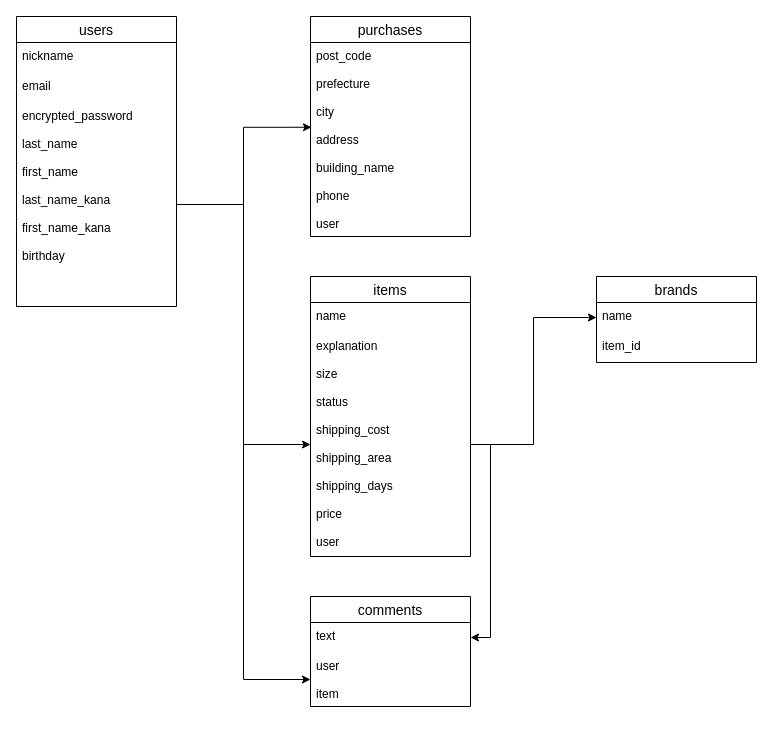
The draw.io diagram ER.dio in takuyahori/furima-35655, before the edit. Source tidied: cells renumbered, new cells numbered last; positions are measured from the earlier drawing's top-left corner, leaving out a move shared by most shapes. Both pictures are drawn from the tidied source at 100%, with x=0, y=0 at pixel (16, 16).
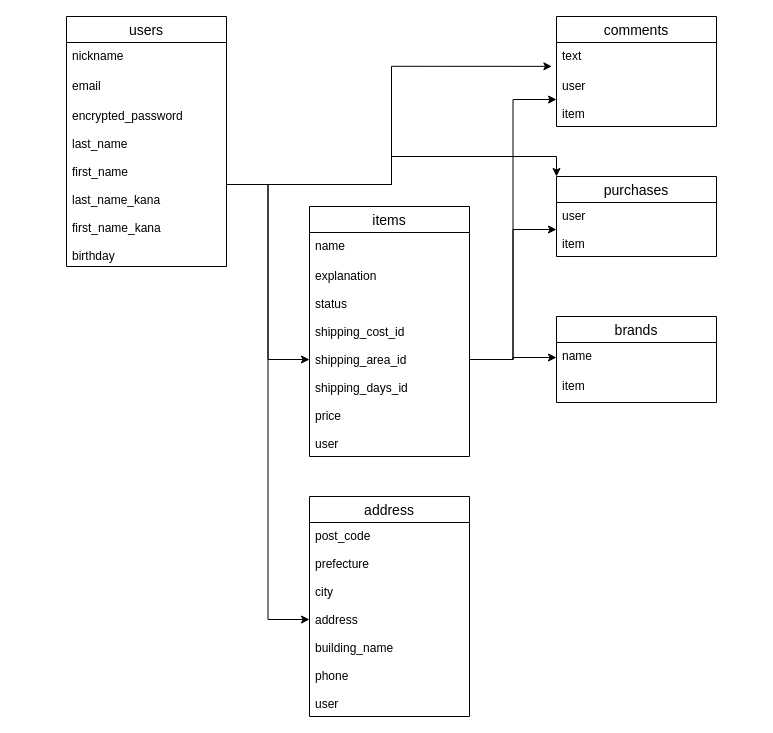
After the change.

The change refers to these unchanged cells:
```xml
<mxCell id="12" value="text" style="text;strokeColor=none;fillColor=none;spacingLeft=4;spacingRight=4;overflow=hidden;points=[[0,0.5],[1,0.5]];portConstraint=eastwest;fontSize=12;" parent="11" vertex="1">
  <mxGeometry y="26" width="160" height="30" as="geometry" />
</mxCell>
<mxCell id="13" value="user&#10;&#10;item" style="text;strokeColor=none;fillColor=none;spacingLeft=4;spacingRight=4;overflow=hidden;points=[[0,0.5],[1,0.5]];portConstraint=eastwest;fontSize=12;" parent="11" vertex="1">
  <mxGeometry y="56" width="160" height="54" as="geometry" />
</mxCell>
<mxCell id="15" value="name" style="text;strokeColor=none;fillColor=none;spacingLeft=4;spacingRight=4;overflow=hidden;points=[[0,0.5],[1,0.5]];portConstraint=eastwest;fontSize=12;" parent="14" vertex="1">
  <mxGeometry y="26" width="160" height="30" as="geometry" />
</mxCell>
```

The edit, as a diff of the source:
```diff
@@
     <mxCell id="2" value="users" style="swimlane;fontStyle=0;horizontal=1;startSize=26;align=center;fontSize=14;" parent="1" vertex="1">
-      <mxGeometry width="160" height="290" as="geometry" />
+      <mxGeometry x="50" width="160" height="250" as="geometry" />
     </mxCell>
@@
     <mxCell id="5" value="encrypted_password&#10;&#10;last_name&#10;&#10;first_name&#10;&#10;last_name_kana&#10;&#10;first_name_kana&#10;&#10;birthday" style="text;strokeColor=none;fillColor=none;spacingLeft=4;spacingRight=4;overflow=hidden;points=[[0,0.5],[1,0.5]];portConstraint=eastwest;fontSize=12;" parent="2" vertex="1">
-      <mxGeometry y="86" width="160" height="204" as="geometry" />
+      <mxGeometry y="86" width="160" height="164" as="geometry" />
     </mxCell>
     <mxCell id="6" value="items" style="swimlane;fontStyle=0;horizontal=1;startSize=26;align=center;fontSize=14;" parent="1" vertex="1">
-      <mxGeometry x="294" y="260" width="160" height="280" as="geometry" />
+      <mxGeometry x="293" y="190" width="160" height="250" as="geometry" />
     </mxCell>
@@
-    <mxCell id="8" value="explanation&#10;&#10;size&#10;&#10;status&#10;&#10;shipping_cost&#10;&#10;shipping_area&#10;&#10;shipping_days&#10;&#10;price&#10;&#10;user" style="text;strokeColor=none;fillColor=none;spacingLeft=4;spacingRight=4;overflow=hidden;points=[[0,0.5],[1,0.5]];portConstraint=eastwest;fontSize=12;" parent="6" vertex="1">
-      <mxGeometry y="56" width="160" height="224" as="geometry" />
+    <mxCell id="8" value="explanation&#10;&#10;status&#10;&#10;shipping_cost_id&#10;&#10;shipping_area_id&#10;&#10;shipping_days_id&#10;&#10;price&#10;&#10;user" style="text;strokeColor=none;fillColor=none;spacingLeft=4;spacingRight=4;overflow=hidden;points=[[0,0.5],[1,0.5]];portConstraint=eastwest;fontSize=12;" parent="6" vertex="1">
+      <mxGeometry y="56" width="160" height="194" as="geometry" />
     </mxCell>
     <mxCell id="9" value="purchases" style="swimlane;fontStyle=0;horizontal=1;startSize=26;align=center;fontSize=14;" parent="1" vertex="1">
-      <mxGeometry x="294" width="160" height="220" as="geometry" />
+      <mxGeometry x="540" y="160" width="160" height="80" as="geometry" />
     </mxCell>
-    <mxCell id="10" value="post_code&#10;&#10;prefecture&#10;&#10;city&#10;&#10;address&#10;&#10;building_name&#10;&#10;phone&#10;&#10;user" style="text;strokeColor=none;fillColor=none;spacingLeft=4;spacingRight=4;overflow=hidden;points=[[0,0.5],[1,0.5]];portConstraint=eastwest;fontSize=12;" parent="9" vertex="1">
-      <mxGeometry y="26" width="160" height="194" as="geometry" />
+    <mxCell id="10" value="user&#10;&#10;item" style="text;strokeColor=none;fillColor=none;spacingLeft=4;spacingRight=4;overflow=hidden;points=[[0,0.5],[1,0.5]];portConstraint=eastwest;fontSize=12;" parent="9" vertex="1">
+      <mxGeometry y="26" width="160" height="54" as="geometry" />
     </mxCell>
     <mxCell id="11" value="comments" style="swimlane;fontStyle=0;horizontal=1;startSize=26;align=center;fontSize=14;" parent="1" vertex="1">
-      <mxGeometry x="294" y="580" width="160" height="110" as="geometry" />
+      <mxGeometry x="540" width="160" height="110" as="geometry" />
     </mxCell>
@@
     <mxCell id="14" value="brands" style="swimlane;fontStyle=0;horizontal=1;startSize=26;align=center;fontSize=14;" parent="1" vertex="1">
-      <mxGeometry x="580" y="260" width="160" height="86" as="geometry" />
+      <mxGeometry x="540" y="300" width="160" height="86" as="geometry" />
     </mxCell>
@@
-    <mxCell id="16" value="item_id" style="text;strokeColor=none;fillColor=none;spacingLeft=4;spacingRight=4;overflow=hidden;fontSize=12;" parent="14" vertex="1">
+    <mxCell id="16" value="item" style="text;strokeColor=none;fillColor=none;spacingLeft=4;spacingRight=4;overflow=hidden;fontSize=12;" parent="14" vertex="1">
       <mxGeometry y="56" width="160" height="30" as="geometry" />
     </mxCell>
-    <mxCell id="17" style="edgeStyle=orthogonalEdgeStyle;rounded=0;jettySize=auto;html=1;exitX=1;exitY=0.5;exitDx=0;exitDy=0;entryX=0.006;entryY=0.437;entryDx=0;entryDy=0;entryPerimeter=0;" parent="1" edge="1" source="5" target="10">
-      <mxGeometry relative="1" as="geometry" />
-    </mxCell>
+    <mxCell id="22" value="address" style="swimlane;fontStyle=0;horizontal=1;startSize=26;align=center;fontSize=14;" parent="1" vertex="1">
+      <mxGeometry x="293" y="480" width="160" height="220" as="geometry" />
+    </mxCell>
+    <mxCell id="23" value="post_code&#10;&#10;prefecture&#10;&#10;city&#10;&#10;address&#10;&#10;building_name&#10;&#10;phone&#10;&#10;user" style="text;strokeColor=none;fillColor=none;spacingLeft=4;spacingRight=4;overflow=hidden;points=[[0,0.5],[1,0.5]];portConstraint=eastwest;fontSize=12;" parent="22" vertex="1">
+      <mxGeometry y="26" width="160" height="194" as="geometry" />
+    </mxCell>
+    <mxCell id="19" style="edgeStyle=orthogonalEdgeStyle;rounded=0;jettySize=auto;html=1;exitX=1;exitY=0.5;exitDx=0;exitDy=0;entryX=-0.029;entryY=-0.114;entryDx=0;entryDy=0;entryPerimeter=0;" parent="1" edge="1" source="5" target="13">
+      <mxGeometry relative="1" as="geometry" />
+    </mxCell>
+    <mxCell id="24" style="edgeStyle=orthogonalEdgeStyle;rounded=0;jettySize=auto;html=1;exitX=1;exitY=0.5;exitDx=0;exitDy=0;entryX=0;entryY=0;entryDx=0;entryDy=0;" parent="1" edge="1" source="5" target="9">
+      <mxGeometry relative="1" as="geometry" />
+    </mxCell>
+    <mxCell id="25" style="edgeStyle=orthogonalEdgeStyle;rounded=0;jettySize=auto;html=1;exitX=1;exitY=0.5;exitDx=0;exitDy=0;" parent="1" edge="1" source="8" target="13">
+      <mxGeometry relative="1" as="geometry" />
+    </mxCell>
+    <mxCell id="26" style="edgeStyle=orthogonalEdgeStyle;rounded=0;jettySize=auto;html=1;exitX=1;exitY=0.5;exitDx=0;exitDy=0;entryX=0;entryY=0.5;entryDx=0;entryDy=0;" parent="1" edge="1" source="8" target="10">
+      <mxGeometry relative="1" as="geometry" />
+    </mxCell>
+    <mxCell id="20" style="edgeStyle=orthogonalEdgeStyle;rounded=0;jettySize=auto;html=1;exitX=1;exitY=0.5;exitDx=0;exitDy=0;entryX=0;entryY=0.5;entryDx=0;entryDy=0;" parent="1" edge="1" source="8" target="15">
+      <mxGeometry relative="1" as="geometry" />
+    </mxCell>
@@
-    <mxCell id="19" style="edgeStyle=orthogonalEdgeStyle;rounded=0;jettySize=auto;html=1;exitX=1;exitY=0.5;exitDx=0;exitDy=0;entryX=0;entryY=0.5;entryDx=0;entryDy=0;" parent="1" edge="1" source="5" target="13">
-      <mxGeometry relative="1" as="geometry" />
-    </mxCell>
-    <mxCell id="20" style="edgeStyle=orthogonalEdgeStyle;rounded=0;jettySize=auto;html=1;exitX=1;exitY=0.5;exitDx=0;exitDy=0;entryX=0;entryY=0.5;entryDx=0;entryDy=0;" parent="1" edge="1" source="8" target="15">
-      <mxGeometry relative="1" as="geometry" />
-    </mxCell>
-    <mxCell id="21" style="edgeStyle=orthogonalEdgeStyle;rounded=0;jettySize=auto;html=1;exitX=1;exitY=0.5;exitDx=0;exitDy=0;entryX=1;entryY=0.5;entryDx=0;entryDy=0;" parent="1" edge="1" source="8" target="12">
-      <mxGeometry relative="1" as="geometry" />
-    </mxCell>
+    <mxCell id="27" style="edgeStyle=orthogonalEdgeStyle;rounded=0;jettySize=auto;html=1;exitX=1;exitY=0.5;exitDx=0;exitDy=0;entryX=0;entryY=0.5;entryDx=0;entryDy=0;" parent="1" edge="1" source="5" target="23">
+      <mxGeometry relative="1" as="geometry" />
+    </mxCell>
```
